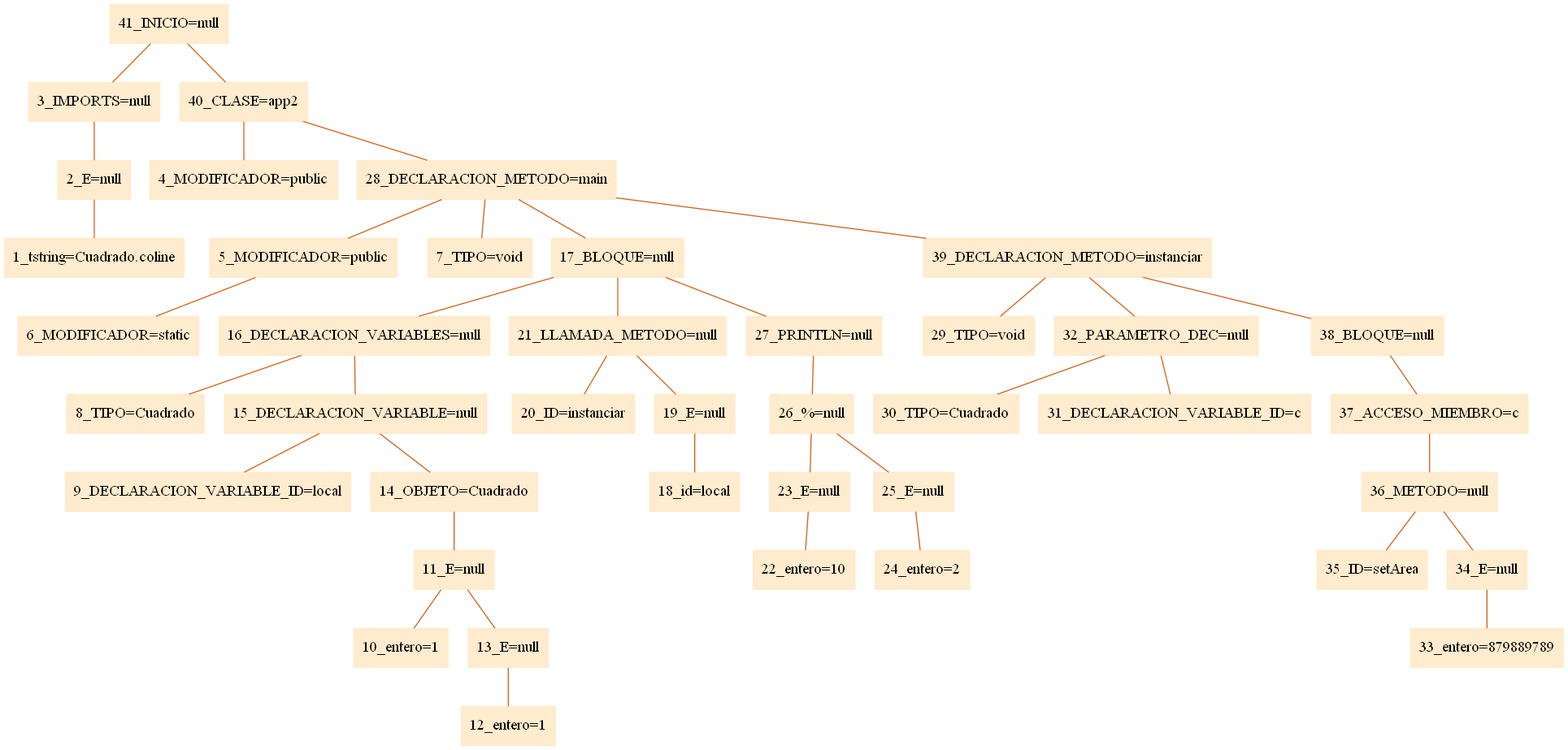
Earlier version of the Graphviz export arbol.png (Oshhcar/Coline). Its source is kept beside it as arbol.dot.
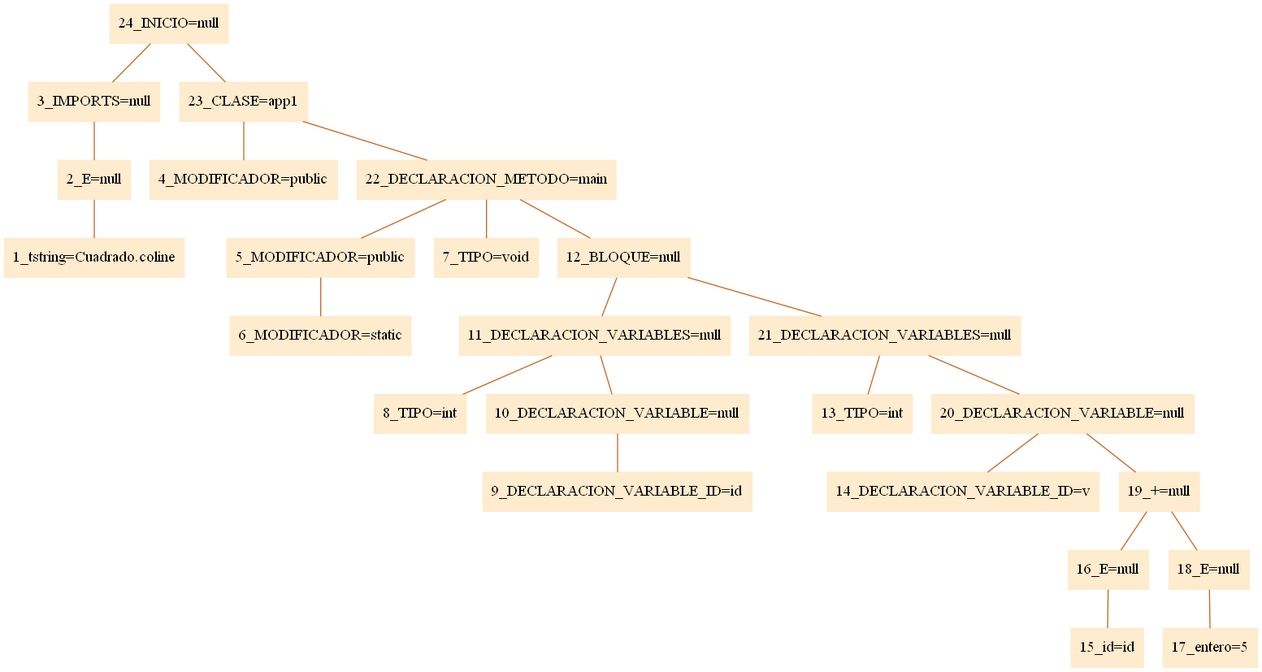
After the change.

Change to the diagram source:
```diff
@@ -1,45 +1,28 @@
 digraph G {node[shape=box, style=filled, color=blanchedalmond]; edge[color=chocolate3, dir=none];rankdir=UD
 
-"41_INICIO=null"->"3_IMPORTS=null"
+"24_INICIO=null"->"3_IMPORTS=null"
 "3_IMPORTS=null"->"2_E=null"
 "2_E=null"->"1_tstring=Cuadrado.coline"
-"41_INICIO=null"->"40_CLASE=app2"
-"40_CLASE=app2"->"4_MODIFICADOR=public"
-"40_CLASE=app2"->"28_DECLARACION_METODO=main"
-"28_DECLARACION_METODO=main"->"5_MODIFICADOR=public"
+"24_INICIO=null"->"23_CLASE=app1"
+"23_CLASE=app1"->"4_MODIFICADOR=public"
+"23_CLASE=app1"->"22_DECLARACION_METODO=main"
+"22_DECLARACION_METODO=main"->"5_MODIFICADOR=public"
 "5_MODIFICADOR=public"->"6_MODIFICADOR=static"
-"28_DECLARACION_METODO=main"->"7_TIPO=void"
-"28_DECLARACION_METODO=main"->"17_BLOQUE=null"
-"17_BLOQUE=null"->"16_DECLARACION_VARIABLES=null"
-"16_DECLARACION_VARIABLES=null"->"8_TIPO=Cuadrado"
-"16_DECLARACION_VARIABLES=null"->"15_DECLARACION_VARIABLE=null"
-"15_DECLARACION_VARIABLE=null"->"9_DECLARACION_VARIABLE_ID=local"
-"15_DECLARACION_VARIABLE=null"->"14_OBJETO=Cuadrado"
-"14_OBJETO=Cuadrado"->"11_E=null"
-"11_E=null"->"10_entero=1"
-"11_E=null"->"13_E=null"
-"13_E=null"->"12_entero=1"
-"17_BLOQUE=null"->"21_LLAMADA_METODO=null"
-"21_LLAMADA_METODO=null"->"20_ID=instanciar"
-"21_LLAMADA_METODO=null"->"19_E=null"
-"19_E=null"->"18_id=local"
-"17_BLOQUE=null"->"27_PRINTLN=null"
-"27_PRINTLN=null"->"26_%=null"
-"26_%=null"->"23_E=null"
-"23_E=null"->"22_entero=10"
-"26_%=null"->"25_E=null"
-"25_E=null"->"24_entero=2"
-"28_DECLARACION_METODO=main"->"39_DECLARACION_METODO=instanciar"
-"39_DECLARACION_METODO=instanciar"->"29_TIPO=void"
-"39_DECLARACION_METODO=instanciar"->"32_PARAMETRO_DEC=null"
-"32_PARAMETRO_DEC=null"->"30_TIPO=Cuadrado"
-"32_PARAMETRO_DEC=null"->"31_DECLARACION_VARIABLE_ID=c"
-"39_DECLARACION_METODO=instanciar"->"38_BLOQUE=null"
-"38_BLOQUE=null"->"37_ACCESO_MIEMBRO=c"
-"37_ACCESO_MIEMBRO=c"->"36_METODO=null"
-"36_METODO=null"->"35_ID=setArea"
-"36_METODO=null"->"34_E=null"
-"34_E=null"->"33_entero=879889789"
+"22_DECLARACION_METODO=main"->"7_TIPO=void"
+"22_DECLARACION_METODO=main"->"12_BLOQUE=null"
+"12_BLOQUE=null"->"11_DECLARACION_VARIABLES=null"
+"11_DECLARACION_VARIABLES=null"->"8_TIPO=int"
+"11_DECLARACION_VARIABLES=null"->"10_DECLARACION_VARIABLE=null"
+"10_DECLARACION_VARIABLE=null"->"9_DECLARACION_VARIABLE_ID=id"
+"12_BLOQUE=null"->"21_DECLARACION_VARIABLES=null"
+"21_DECLARACION_VARIABLES=null"->"13_TIPO=int"
+"21_DECLARACION_VARIABLES=null"->"20_DECLARACION_VARIABLE=null"
+"20_DECLARACION_VARIABLE=null"->"14_DECLARACION_VARIABLE_ID=v"
+"20_DECLARACION_VARIABLE=null"->"19_+=null"
+"19_+=null"->"16_E=null"
+"16_E=null"->"15_id=id"
+"19_+=null"->"18_E=null"
+"18_E=null"->"17_entero=5"
 
 
 }
```
